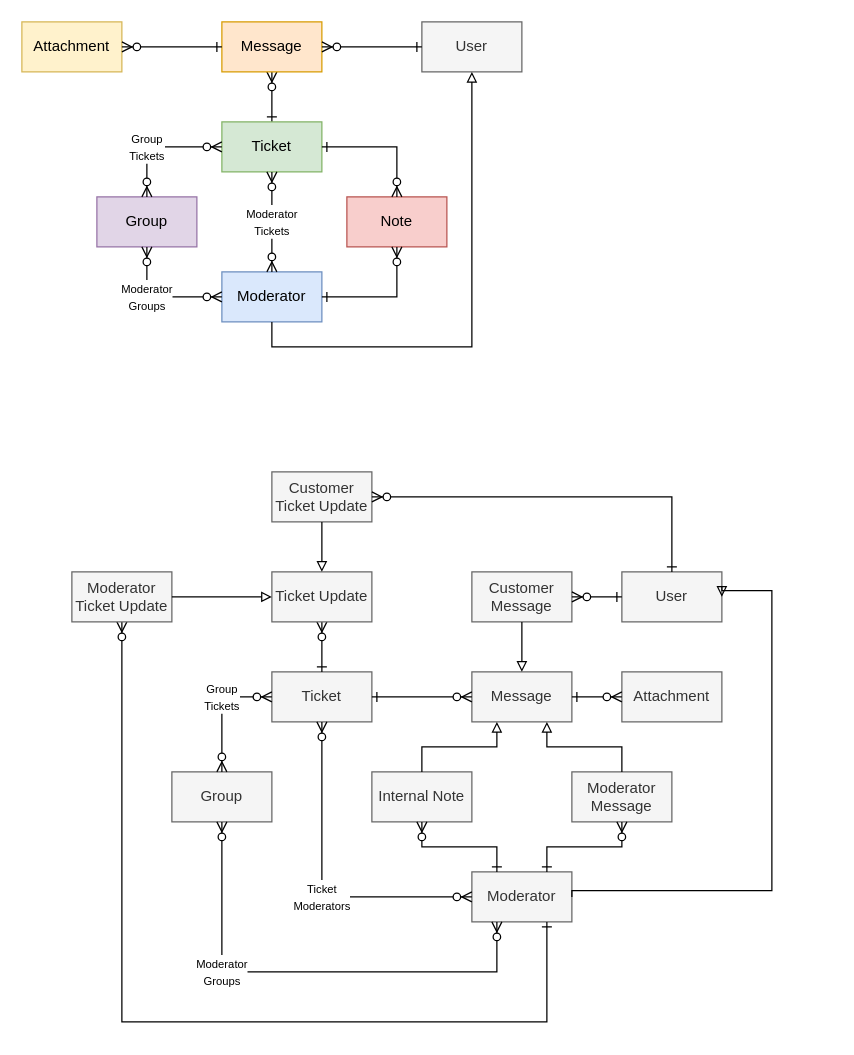
nuclearpaws/Conductor keeps this draw.io diagram as docs/ConductorRelationships.drawio. Above is the earlier version. Source tidied: cells renumbered, new cells numbered last; positions are measured from the earlier drawing's top-left corner, leaving out a move shared by most shapes. Both pictures are drawn from the tidied source at 125%, with x=0, y=0 at pixel (21, 21).
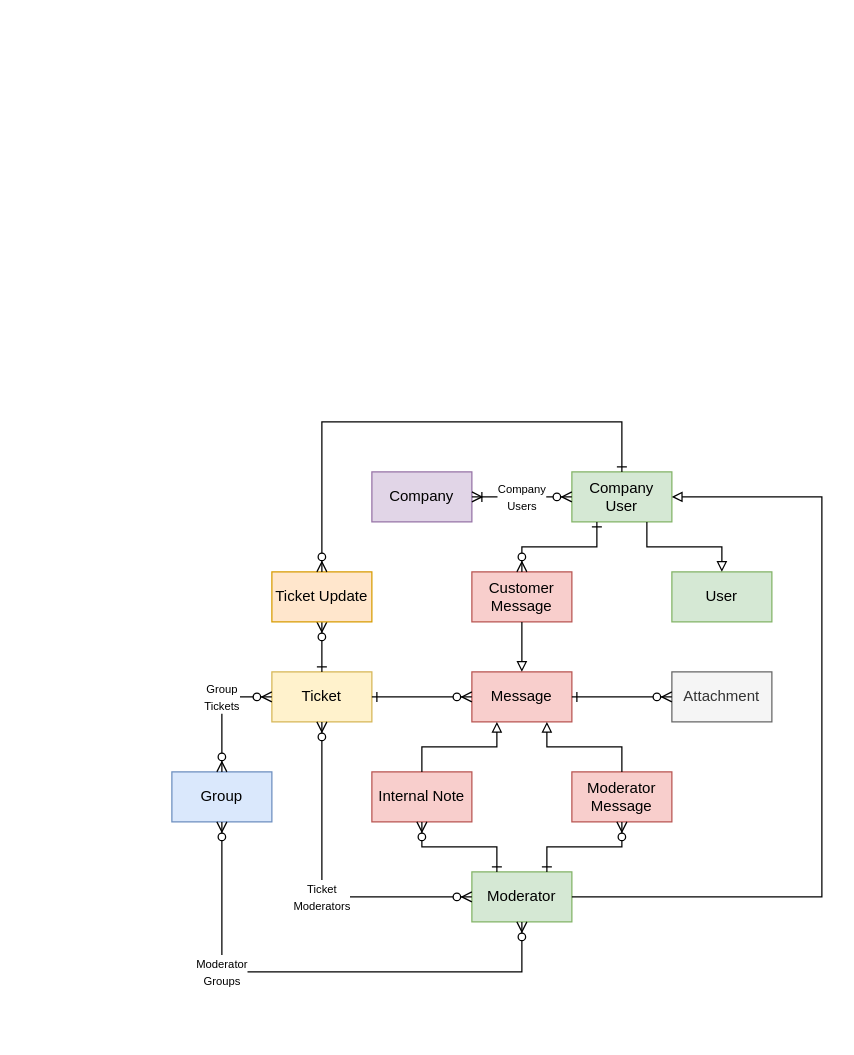
After the change.

Commit message:
Further adjustments to the Entity Relationship Diagram.

What changed in the source:
```diff
@@
-    <mxCell id="2" style="edgeStyle=orthogonalEdgeStyle;rounded=0;jettySize=auto;html=1;startArrow=ERone;startFill=0;endArrow=ERzeroToMany;endFill=1;exitX=0.5;exitY=0;exitDx=0;exitDy=0;entryX=0.5;entryY=1;entryDx=0;entryDy=0;" parent="1" edge="1" source="3" target="11">
-      <mxGeometry relative="1" as="geometry" />
-    </mxCell>
-    <mxCell id="3" value="Ticket" style="rounded=0;whiteSpace=wrap;html=1;fillColor=#d5e8d4;strokeColor=#82b366;" parent="1" vertex="1">
-      <mxGeometry x="160" y="80" width="80" height="40" as="geometry" />
-    </mxCell>
-    <mxCell id="4" value="User" style="rounded=0;whiteSpace=wrap;html=1;fillColor=#f5f5f5;strokeColor=#666666;fontColor=#333333;" parent="1" vertex="1">
-      <mxGeometry x="320" width="80" height="40" as="geometry" />
-    </mxCell>
-    <mxCell id="5" value="Moderator" style="rounded=0;whiteSpace=wrap;html=1;fillColor=#dae8fc;strokeColor=#6c8ebf;" parent="1" vertex="1">
-      <mxGeometry x="160" y="200" width="80" height="40" as="geometry" />
-    </mxCell>
-    <mxCell id="6" value="Group" style="rounded=0;whiteSpace=wrap;html=1;fillColor=#e1d5e7;strokeColor=#9673a6;" parent="1" vertex="1">
-      <mxGeometry x="60" y="140" width="80" height="40" as="geometry" />
-    </mxCell>
-    <mxCell id="7" style="endArrow=block;html=1;strokeWidth=1;entryX=0.5;entryY=1;entryDx=0;entryDy=0;exitX=0.5;exitY=1;exitDx=0;exitDy=0;rounded=0;endFill=0;" parent="1" edge="1" source="5" target="4">
-      <mxGeometry relative="1" as="geometry">
-        <Array as="points">
-          <mxPoint x="200" y="260" />
-          <mxPoint x="360" y="260" />
-        </Array>
-      </mxGeometry>
-    </mxCell>
-    <mxCell id="8" value="&lt;font style=&quot;font-size: 9px&quot;&gt;Moderator&lt;br&gt;Tickets&lt;/font&gt;" style="endArrow=ERzeroToMany;html=1;strokeWidth=1;entryX=0.5;entryY=0;entryDx=0;entryDy=0;exitX=0.5;exitY=1;exitDx=0;exitDy=0;rounded=0;startArrow=ERzeroToMany;startFill=1;endFill=1;" parent="1" edge="1" source="3" target="5">
-      <mxGeometry relative="1" as="geometry" />
-    </mxCell>
-    <mxCell id="9" value="&lt;font style=&quot;font-size: 9px&quot;&gt;Moderator&lt;br&gt;Groups&lt;/font&gt;" style="endArrow=ERzeroToMany;html=1;strokeWidth=1;entryX=0;entryY=0.5;entryDx=0;entryDy=0;exitX=0.5;exitY=1;exitDx=0;exitDy=0;rounded=0;startArrow=ERzeroToMany;startFill=1;endFill=1;" parent="1" edge="1" source="6" target="5">
-      <mxGeometry x="-0.2" relative="1" as="geometry">
-        <Array as="points">
-          <mxPoint x="100" y="220" />
-        </Array>
-      </mxGeometry>
-    </mxCell>
-    <mxCell id="10" value="&lt;font style=&quot;font-size: 9px&quot;&gt;Group&lt;br&gt;Tickets&lt;br&gt;&lt;/font&gt;" style="endArrow=ERzeroToMany;html=1;strokeWidth=1;entryX=0;entryY=0.5;entryDx=0;entryDy=0;exitX=0.5;exitY=0;exitDx=0;exitDy=0;rounded=0;startArrow=ERzeroToMany;startFill=1;endFill=1;" parent="1" edge="1" source="6" target="3">
-      <mxGeometry x="-0.2" relative="1" as="geometry">
-        <Array as="points">
-          <mxPoint x="100" y="100" />
-        </Array>
-      </mxGeometry>
-    </mxCell>
-    <mxCell id="11" value="Message" style="rounded=0;whiteSpace=wrap;html=1;fillColor=#ffe6cc;strokeColor=#d79b00;" parent="1" vertex="1">
-      <mxGeometry x="160" width="80" height="40" as="geometry" />
-    </mxCell>
-    <mxCell id="12" style="edgeStyle=orthogonalEdgeStyle;rounded=0;jettySize=auto;html=1;startArrow=ERone;startFill=0;endArrow=ERzeroToMany;endFill=1;entryX=1;entryY=0.5;entryDx=0;entryDy=0;exitX=0;exitY=0.5;exitDx=0;exitDy=0;" parent="1" edge="1" source="4" target="11">
-      <mxGeometry relative="1" as="geometry" />
-    </mxCell>
-    <mxCell id="13" value="Attachment" style="rounded=0;whiteSpace=wrap;html=1;fillColor=#fff2cc;strokeColor=#d6b656;" parent="1" vertex="1">
-      <mxGeometry width="80" height="40" as="geometry" />
-    </mxCell>
-    <mxCell id="14" style="edgeStyle=orthogonalEdgeStyle;rounded=0;jettySize=auto;html=1;startArrow=ERone;startFill=0;endArrow=ERzeroToMany;endFill=1;entryX=1;entryY=0.5;entryDx=0;entryDy=0;exitX=0;exitY=0.5;exitDx=0;exitDy=0;" parent="1" edge="1" source="11" target="13">
-      <mxGeometry relative="1" as="geometry" />
-    </mxCell>
-    <mxCell id="15" value="Note" style="rounded=0;whiteSpace=wrap;html=1;fillColor=#f8cecc;strokeColor=#b85450;" parent="1" vertex="1">
-      <mxGeometry x="260" y="140" width="80" height="40" as="geometry" />
-    </mxCell>
-    <mxCell id="16" style="edgeStyle=orthogonalEdgeStyle;rounded=0;jettySize=auto;html=1;startArrow=ERone;startFill=0;endArrow=ERzeroToMany;endFill=1;exitX=1;exitY=0.5;exitDx=0;exitDy=0;entryX=0.5;entryY=0;entryDx=0;entryDy=0;" parent="1" edge="1" source="3" target="15">
-      <mxGeometry relative="1" as="geometry" />
-    </mxCell>
-    <mxCell id="17" style="edgeStyle=orthogonalEdgeStyle;rounded=0;jettySize=auto;html=1;startArrow=ERone;startFill=0;endArrow=ERzeroToMany;endFill=1;exitX=1;exitY=0.5;exitDx=0;exitDy=0;entryX=0.5;entryY=1;entryDx=0;entryDy=0;" parent="1" edge="1" source="5" target="15">
-      <mxGeometry relative="1" as="geometry" />
-    </mxCell>
-    <mxCell id="18" value="User" style="rounded=0;whiteSpace=wrap;html=1;fillColor=#f5f5f5;strokeColor=#666666;fontColor=#333333;" parent="1" vertex="1">
-      <mxGeometry x="480" y="440" width="80" height="40" as="geometry" />
+    <mxCell id="18" value="Company User" style="rounded=0;whiteSpace=wrap;html=1;fillColor=#d5e8d4;strokeColor=#82b366;" parent="1" vertex="1">
+      <mxGeometry x="440" y="360" width="80" height="40" as="geometry" />
     </mxCell>
-    <mxCell id="19" value="Message" style="rounded=0;whiteSpace=wrap;html=1;fillColor=#f5f5f5;strokeColor=#666666;fontColor=#333333;" parent="1" vertex="1">
+    <mxCell id="19" value="Message" style="rounded=0;whiteSpace=wrap;html=1;fillColor=#f8cecc;strokeColor=#b85450;" parent="1" vertex="1">
       <mxGeometry x="360" y="520" width="80" height="40" as="geometry" />
     </mxCell>
-    <mxCell id="20" value="Customer&lt;br&gt;Message" style="rounded=0;whiteSpace=wrap;html=1;fillColor=#f5f5f5;strokeColor=#666666;fontColor=#333333;" parent="1" vertex="1">
+    <mxCell id="20" value="Customer&lt;br&gt;Message" style="rounded=0;whiteSpace=wrap;html=1;fillColor=#f8cecc;strokeColor=#b85450;" parent="1" vertex="1">
       <mxGeometry x="360" y="440" width="80" height="40" as="geometry" />
     </mxCell>
-    <mxCell id="21" value="Moderator Message" style="rounded=0;whiteSpace=wrap;html=1;fillColor=#f5f5f5;strokeColor=#666666;fontColor=#333333;" parent="1" vertex="1">
+    <mxCell id="21" value="Moderator Message" style="rounded=0;whiteSpace=wrap;html=1;fillColor=#f8cecc;strokeColor=#b85450;" parent="1" vertex="1">
       <mxGeometry x="440" y="600" width="80" height="40" as="geometry" />
     </mxCell>
-    <mxCell id="22" value="Internal Note" style="rounded=0;whiteSpace=wrap;html=1;fillColor=#f5f5f5;strokeColor=#666666;fontColor=#333333;" parent="1" vertex="1">
+    <mxCell id="22" value="Internal Note" style="rounded=0;whiteSpace=wrap;html=1;fillColor=#f8cecc;strokeColor=#b85450;" parent="1" vertex="1">
       <mxGeometry x="280" y="600" width="80" height="40" as="geometry" />
     </mxCell>
-    <mxCell id="23" value="Ticket" style="rounded=0;whiteSpace=wrap;html=1;fillColor=#f5f5f5;strokeColor=#666666;fontColor=#333333;" parent="1" vertex="1">
+    <mxCell id="23" value="Ticket" style="rounded=0;whiteSpace=wrap;html=1;fillColor=#fff2cc;strokeColor=#d6b656;" parent="1" vertex="1">
       <mxGeometry x="200" y="520" width="80" height="40" as="geometry" />
     </mxCell>
@@
-    <mxCell id="25" value="Moderator" style="rounded=0;whiteSpace=wrap;html=1;fillColor=#f5f5f5;strokeColor=#666666;fontColor=#333333;" parent="1" vertex="1">
+    <mxCell id="25" value="Moderator" style="rounded=0;whiteSpace=wrap;html=1;fillColor=#d5e8d4;strokeColor=#82b366;" parent="1" vertex="1">
       <mxGeometry x="360" y="680" width="80" height="40" as="geometry" />
     </mxCell>
     <mxCell id="26" value="Attachment" style="rounded=0;whiteSpace=wrap;html=1;fillColor=#f5f5f5;strokeColor=#666666;fontColor=#333333;" parent="1" vertex="1">
-      <mxGeometry x="480" y="520" width="80" height="40" as="geometry" />
+      <mxGeometry x="520" y="520" width="80" height="40" as="geometry" />
     </mxCell>
-    <mxCell id="27" value="Group" style="rounded=0;whiteSpace=wrap;html=1;fillColor=#f5f5f5;strokeColor=#666666;fontColor=#333333;" parent="1" vertex="1">
+    <mxCell id="27" value="Group" style="rounded=0;whiteSpace=wrap;html=1;fillColor=#dae8fc;strokeColor=#6c8ebf;" parent="1" vertex="1">
       <mxGeometry x="120" y="600" width="80" height="40" as="geometry" />
     </mxCell>
@@
-    <mxCell id="36" value="&lt;font style=&quot;font-size: 9px&quot;&gt;Moderator&lt;br&gt;Groups&lt;/font&gt;" style="edgeStyle=orthogonalEdgeStyle;rounded=0;jettySize=auto;html=1;startArrow=ERzeroToMany;startFill=1;endArrow=ERzeroToMany;endFill=1;exitX=0.5;exitY=1;exitDx=0;exitDy=0;entryX=0.25;entryY=1;entryDx=0;entryDy=0;" parent="1" edge="1" source="27" target="25">
-      <mxGeometry x="-0.37" relative="1" as="geometry">
+    <mxCell id="36" value="&lt;font style=&quot;font-size: 9px&quot;&gt;Moderator&lt;br&gt;Groups&lt;/font&gt;" style="edgeStyle=orthogonalEdgeStyle;rounded=0;jettySize=auto;html=1;startArrow=ERzeroToMany;startFill=1;endArrow=ERzeroToMany;endFill=1;exitX=0.5;exitY=1;exitDx=0;exitDy=0;entryX=0.5;entryY=1;entryDx=0;entryDy=0;" parent="1" edge="1" source="27" target="25">
+      <mxGeometry x="-0.4" relative="1" as="geometry">
         <Array as="points">
           <mxPoint x="160" y="760" />
-          <mxPoint x="380" y="760" />
+          <mxPoint x="400" y="760" />
         </Array>
       </mxGeometry>
     </mxCell>
@@
-    <mxCell id="38" style="edgeStyle=orthogonalEdgeStyle;rounded=0;jettySize=auto;html=1;startArrow=none;startFill=0;endArrow=block;endFill=0;entryX=1;entryY=0.5;entryDx=0;entryDy=0;exitX=1;exitY=0.5;exitDx=0;exitDy=0;" parent="1" edge="1" source="25" target="18">
+    <mxCell id="38" style="edgeStyle=orthogonalEdgeStyle;rounded=0;jettySize=auto;html=1;startArrow=none;startFill=0;endArrow=block;endFill=0;exitX=1;exitY=0.5;exitDx=0;exitDy=0;entryX=1;entryY=0.5;entryDx=0;entryDy=0;" parent="1" edge="1" source="25" target="18">
       <mxGeometry relative="1" as="geometry">
         <Array as="points">
-          <mxPoint x="600" y="695" />
-          <mxPoint x="600" y="455" />
+          <mxPoint x="640" y="700" />
+          <mxPoint x="640" y="380" />
         </Array>
       </mxGeometry>
     </mxCell>
-    <mxCell id="39" style="edgeStyle=orthogonalEdgeStyle;rounded=0;jettySize=auto;html=1;startArrow=ERone;startFill=0;endArrow=ERzeroToMany;endFill=1;entryX=1;entryY=0.5;entryDx=0;entryDy=0;exitX=0;exitY=0.5;exitDx=0;exitDy=0;" parent="1" edge="1" source="18" target="20">
+    <mxCell id="39" style="edgeStyle=orthogonalEdgeStyle;rounded=0;jettySize=auto;html=1;startArrow=ERone;startFill=0;endArrow=ERzeroToMany;endFill=1;entryX=0.5;entryY=0;entryDx=0;entryDy=0;exitX=0.25;exitY=1;exitDx=0;exitDy=0;" parent="1" edge="1" source="18" target="20">
       <mxGeometry relative="1" as="geometry" />
     </mxCell>
-    <mxCell id="40" value="Ticket Update" style="rounded=0;whiteSpace=wrap;html=1;fillColor=#f5f5f5;strokeColor=#666666;fontColor=#333333;" parent="1" vertex="1">
+    <mxCell id="40" value="Ticket Update" style="rounded=0;whiteSpace=wrap;html=1;fillColor=#ffe6cc;strokeColor=#d79b00;" parent="1" vertex="1">
       <mxGeometry x="200" y="440" width="80" height="40" as="geometry" />
     </mxCell>
-    <mxCell id="41" style="edgeStyle=orthogonalEdgeStyle;rounded=0;jettySize=auto;html=1;startArrow=ERone;startFill=0;endArrow=ERzeroToMany;endFill=1;exitX=0.75;exitY=1;exitDx=0;exitDy=0;entryX=0.5;entryY=1;entryDx=0;entryDy=0;" parent="1" edge="1" source="25" target="44">
-      <mxGeometry relative="1" as="geometry">
-        <Array as="points">
-          <mxPoint x="420" y="800" />
-          <mxPoint x="80" y="800" />
-        </Array>
-      </mxGeometry>
-    </mxCell>
-    <mxCell id="42" value="Customer Ticket Update" style="rounded=0;whiteSpace=wrap;html=1;fillColor=#f5f5f5;strokeColor=#666666;fontColor=#333333;" parent="1" vertex="1">
-      <mxGeometry x="200" y="360" width="80" height="40" as="geometry" />
-    </mxCell>
-    <mxCell id="43" style="edgeStyle=orthogonalEdgeStyle;rounded=0;jettySize=auto;html=1;startArrow=none;startFill=0;endArrow=block;endFill=0;entryX=0.5;entryY=0;entryDx=0;entryDy=0;exitX=0.5;exitY=1;exitDx=0;exitDy=0;" parent="1" edge="1" source="42" target="40">
-      <mxGeometry relative="1" as="geometry" />
-    </mxCell>
-    <mxCell id="44" value="Moderator Ticket Update" style="rounded=0;whiteSpace=wrap;html=1;fillColor=#f5f5f5;strokeColor=#666666;fontColor=#333333;" parent="1" vertex="1">
-      <mxGeometry x="40" y="440" width="80" height="40" as="geometry" />
-    </mxCell>
-    <mxCell id="45" style="edgeStyle=orthogonalEdgeStyle;rounded=0;jettySize=auto;html=1;startArrow=none;startFill=0;endArrow=block;endFill=0;exitX=1;exitY=0.5;exitDx=0;exitDy=0;" parent="1" edge="1" source="44">
-      <mxGeometry relative="1" as="geometry">
-        <mxPoint x="200" y="460" as="targetPoint" />
-      </mxGeometry>
-    </mxCell>
-    <mxCell id="46" style="edgeStyle=orthogonalEdgeStyle;rounded=0;jettySize=auto;html=1;startArrow=ERone;startFill=0;endArrow=ERzeroToMany;endFill=1;entryX=1;entryY=0.5;entryDx=0;entryDy=0;exitX=0.5;exitY=0;exitDx=0;exitDy=0;" parent="1" edge="1" source="18" target="42">
+    <mxCell id="46" style="edgeStyle=orthogonalEdgeStyle;rounded=0;jettySize=auto;html=1;startArrow=ERone;startFill=0;endArrow=ERzeroToMany;endFill=1;entryX=0.5;entryY=0;entryDx=0;entryDy=0;exitX=0.5;exitY=0;exitDx=0;exitDy=0;" parent="1" edge="1" source="18" target="40">
       <mxGeometry relative="1" as="geometry">
         <Array as="points">
-          <mxPoint x="520" y="380" />
+          <mxPoint x="480" y="320" />
+          <mxPoint x="240" y="320" />
         </Array>
       </mxGeometry>
     </mxCell>
+    <mxCell id="4" value="User" style="rounded=0;whiteSpace=wrap;html=1;fillColor=#d5e8d4;strokeColor=#82b366;" parent="1" vertex="1">
+      <mxGeometry x="520" y="440" width="80" height="40" as="geometry" />
+    </mxCell>
+    <mxCell id="47" value="Company" style="rounded=0;whiteSpace=wrap;html=1;fillColor=#e1d5e7;strokeColor=#9673a6;" parent="1" vertex="1">
+      <mxGeometry x="280" y="360" width="80" height="40" as="geometry" />
+    </mxCell>
+    <mxCell id="48" value="&lt;font style=&quot;font-size: 9px&quot;&gt;Company&lt;br&gt;Users&lt;/font&gt;" style="edgeStyle=orthogonalEdgeStyle;rounded=0;jettySize=auto;html=1;startArrow=ERoneToMany;startFill=0;endArrow=ERzeroToMany;endFill=1;exitX=1;exitY=0.5;exitDx=0;exitDy=0;entryX=0;entryY=0.5;entryDx=0;entryDy=0;" parent="1" edge="1" source="47" target="18">
+      <mxGeometry x="0.25" y="-10" relative="1" as="geometry">
+        <Array as="points">
+          <mxPoint x="410" y="380" />
+          <mxPoint x="410" y="380" />
+        </Array>
+        <mxPoint x="-10" y="-10" as="offset" />
+      </mxGeometry>
+    </mxCell>
+    <mxCell id="49" style="edgeStyle=orthogonalEdgeStyle;rounded=0;jettySize=auto;html=1;startArrow=none;startFill=0;endArrow=block;endFill=0;entryX=0.5;entryY=0;entryDx=0;entryDy=0;exitX=0.75;exitY=1;exitDx=0;exitDy=0;" parent="1" edge="1" source="18" target="4">
+      <mxGeometry relative="1" as="geometry">
+        <Array as="points">
+          <mxPoint x="500" y="420" />
+          <mxPoint x="560" y="420" />
+        </Array>
+      </mxGeometry>
+    </mxCell>
```
